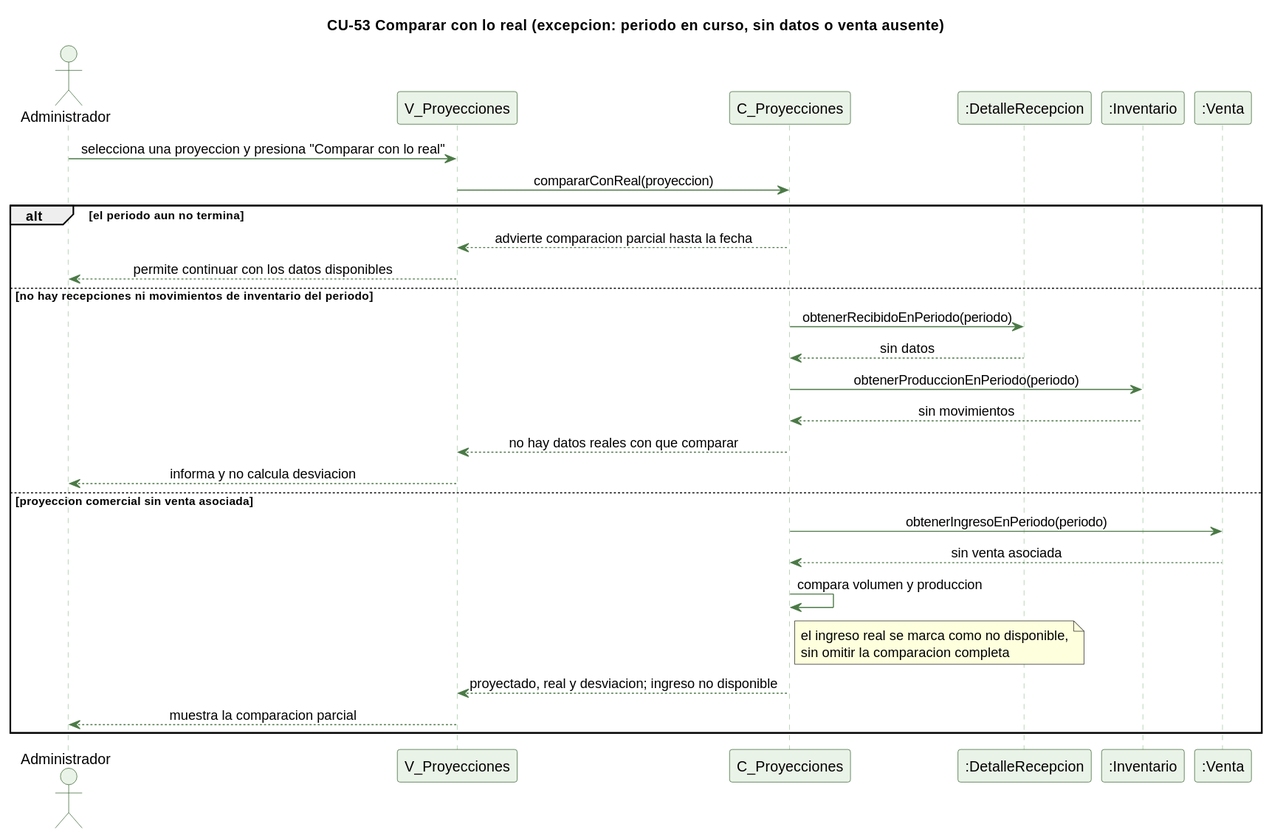
This is docs/trabajo-grupal/diagramas/secuencias/cu53-comparar-real-excepcion.svg from kenjikaese/Triverde, a PlantUML export, as it was before one commit.
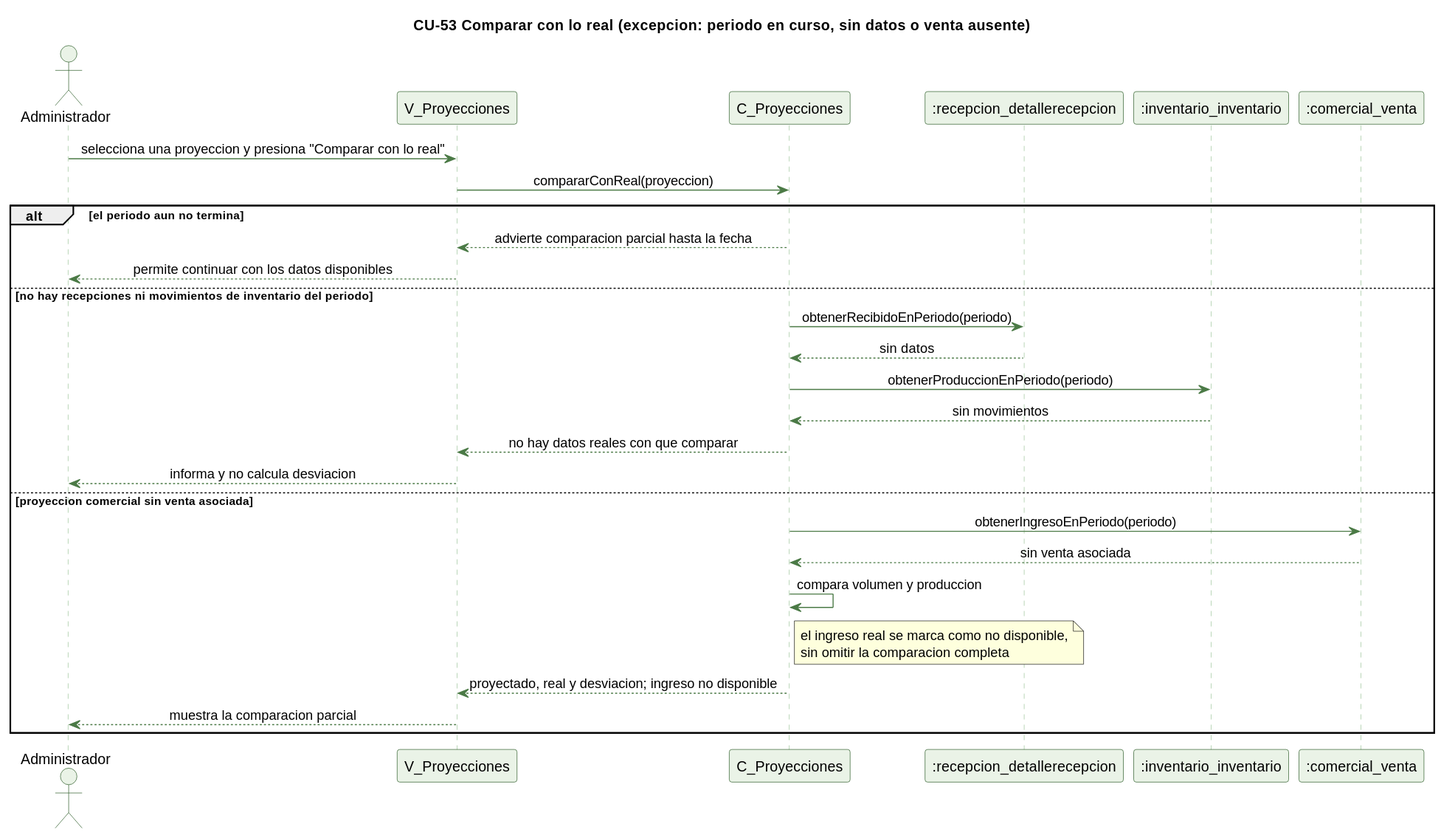
Later version of the same file.

Change to the diagram source:
```diff
@@ -15,9 +15,9 @@
 actor Administrador
 participant "V_Proyecciones" as V
 participant "C_Proyecciones" as C
-participant ":DetalleRecepcion" as DR
-participant ":Inventario" as I
-participant ":Venta" as VT
+participant ":recepcion_detallerecepcion" as DR
+participant ":inventario_inventario" as I
+participant ":comercial_venta" as VT
 
 Administrador -> V : selecciona una proyeccion y presiona "Comparar con lo real"
 V -> C : compararConReal(proyeccion)
```
